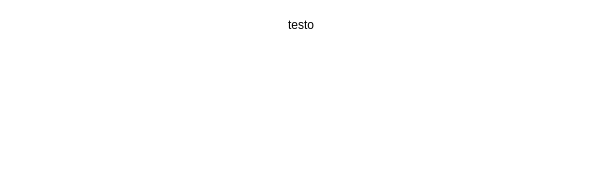
Earlier version of the draw.io diagram AHT.drawio (IgDrArtikulator/PFE-2026-2-AP1-Grupo4-Terca). Source tidied: cells renumbered, new cells numbered last; positions are measured from the earlier drawing's top-left corner, leaving out a move shared by most shapes. Both pictures are drawn from the tidied source at 100%, with x=0, y=0 at pixel (271, 17).
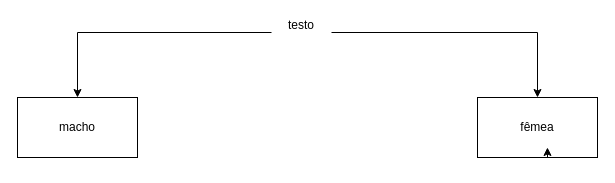
The same diagram, later.

Change to the diagram source:
```diff
@@
 <mxGraphModel>
   <root>
     <mxCell id="0" />
     <mxCell id="1" parent="0" />
+    <mxCell id="3" style="edgeStyle=orthogonalEdgeStyle;rounded=0;jettySize=auto;html=1;" parent="1" edge="1" source="2" target="5">
+      <mxGeometry relative="1" as="geometry" />
+    </mxCell>
+    <mxCell id="4" style="edgeStyle=orthogonalEdgeStyle;rounded=0;jettySize=auto;html=1;" parent="1" edge="1" source="2" target="6">
+      <mxGeometry relative="1" as="geometry" />
+    </mxCell>
     <mxCell id="2" value="testo&lt;div&gt;&lt;br&gt;&lt;/div&gt;" style="text;html=1;whiteSpace=wrap;strokeColor=none;fillColor=none;align=center;verticalAlign=middle;rounded=0;" parent="1" vertex="1">
       <mxGeometry width="60" height="30" as="geometry" />
     </mxCell>
+    <mxCell id="5" value="fêmea" style="whiteSpace=wrap;html=1;" parent="1" vertex="1">
+      <mxGeometry x="206" y="80" width="120" height="60" as="geometry" />
+    </mxCell>
+    <mxCell id="6" value="macho" style="rounded=0;whiteSpace=wrap;html=1;" parent="1" vertex="1">
+      <mxGeometry x="-254" y="80" width="120" height="60" as="geometry" />
+    </mxCell>
+    <mxCell id="7" style="edgeStyle=orthogonalEdgeStyle;rounded=0;orthogonalLoop=1;jettySize=auto;html=1;innerLoopWaypoints=1;exitX=0.5;exitY=1;exitDx=0;exitDy=0;entryX=0.583;entryY=0.833;entryDx=0;entryDy=0;entryPerimeter=0;" parent="1" edge="1" source="5" target="5">
+      <mxGeometry relative="1" as="geometry" />
+    </mxCell>
   </root>
 </mxGraphModel>
```
